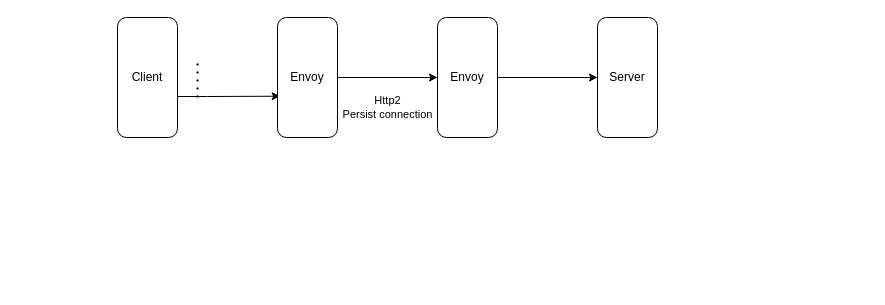
Before: istio_dataflow/connection.drawio in xu1zhou/Documents, a draw.io diagram. Source tidied: cells renumbered, new cells numbered last; positions are measured from the earlier drawing's top-left corner, leaving out a move shared by most shapes. Both pictures are drawn from the tidied source at 100%, with x=0, y=0 at pixel (117, 17).
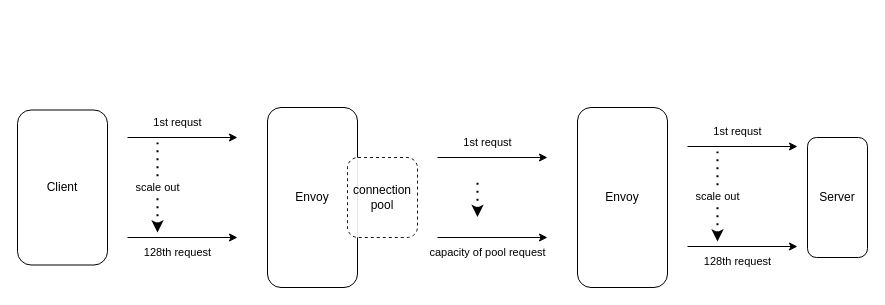
The same diagram, later.

Diff of the diagram source:
```diff
@@
-    <mxCell id="2" style="edgeStyle=orthogonalEdgeStyle;rounded=0;jettySize=auto;html=1;entryX=0.044;entryY=0.656;entryDx=0;entryDy=0;entryPerimeter=0;" parent="1" edge="1" source="3" target="5">
-      <mxGeometry relative="1" as="geometry">
-        <Array as="points">
-          <mxPoint x="90" y="79" />
-          <mxPoint x="90" y="79" />
-        </Array>
-      </mxGeometry>
-    </mxCell>
     <mxCell id="3" value="Client" style="rounded=1;whiteSpace=wrap;html=1;" parent="1" vertex="1">
-      <mxGeometry width="60" height="120" as="geometry" />
+      <mxGeometry x="-100" y="92.5" width="90" height="155" as="geometry" />
     </mxCell>
-    <mxCell id="4" value="Http2&lt;br&gt;Persist connection" style="edgeStyle=orthogonalEdgeStyle;rounded=0;jettySize=auto;html=1;entryX=0;entryY=0.5;entryDx=0;entryDy=0;" parent="1" edge="1" source="5" target="7">
-      <mxGeometry y="-30" relative="1" as="geometry" />
-    </mxCell>
     <mxCell id="5" value="Envoy" style="rounded=1;whiteSpace=wrap;html=1;" parent="1" vertex="1">
-      <mxGeometry x="160" width="60" height="120" as="geometry" />
+      <mxGeometry x="150" y="90" width="90" height="180" as="geometry" />
     </mxCell>
-    <mxCell id="6" style="edgeStyle=orthogonalEdgeStyle;rounded=0;jettySize=auto;html=1;entryX=0;entryY=0.5;entryDx=0;entryDy=0;" parent="1" edge="1" source="7" target="8">
-      <mxGeometry relative="1" as="geometry" />
-    </mxCell>
-    <mxCell id="7" value="Envoy" style="rounded=1;whiteSpace=wrap;html=1;" parent="1" vertex="1">
-      <mxGeometry x="320" width="60" height="120" as="geometry" />
-    </mxCell>
     <mxCell id="8" value="Server" style="rounded=1;whiteSpace=wrap;html=1;" parent="1" vertex="1">
-      <mxGeometry x="480" width="60" height="120" as="geometry" />
+      <mxGeometry x="690" y="120" width="60" height="120" as="geometry" />
     </mxCell>
-    <mxCell id="9" style="endArrow=none;dashed=1;html=1;dashPattern=1 3;strokeWidth=2;" parent="1" edge="1">
+    <mxCell id="9" value="scale out" style="endArrow=none;dashed=1;html=1;dashPattern=1 3;strokeWidth=2;endFill=0;startArrow=classic;startFill=1;" parent="1" edge="1">
       <mxGeometry relative="1" as="geometry">
-        <mxPoint x="80" y="80" as="sourcePoint" />
-        <mxPoint x="80" y="40" as="targetPoint" />
+        <mxPoint x="40" y="215" as="sourcePoint" />
+        <mxPoint x="40" y="125" as="targetPoint" />
       </mxGeometry>
     </mxCell>
+    <mxCell id="10" value="128th request" style="endArrow=classic;html=1;" parent="1" edge="1">
+      <mxGeometry x="-0.09" y="-15" relative="1" as="geometry">
+        <mxPoint x="10" y="220" as="sourcePoint" />
+        <mxPoint x="120" y="220" as="targetPoint" />
+      </mxGeometry>
+    </mxCell>
+    <mxCell id="11" value="1st requst" style="endArrow=classic;html=1;" parent="1" edge="1">
+      <mxGeometry x="-0.09" y="15" relative="1" as="geometry">
+        <mxPoint x="10" y="120" as="sourcePoint" />
+        <mxPoint x="120" y="120" as="targetPoint" />
+      </mxGeometry>
+    </mxCell>
+    <mxCell id="12" value="connection&lt;br&gt;pool" style="rounded=1;whiteSpace=wrap;html=1;dashed=1;opacity=90;" parent="1" vertex="1">
+      <mxGeometry x="230" y="140" width="70" height="80" as="geometry" />
+    </mxCell>
+    <mxCell id="13" style="endArrow=none;dashed=1;html=1;dashPattern=1 3;strokeWidth=2;startArrow=classic;startFill=1;" parent="1" edge="1">
+      <mxGeometry relative="1" as="geometry">
+        <mxPoint x="360" y="199.5" as="sourcePoint" />
+        <mxPoint x="360" y="159.5" as="targetPoint" />
+      </mxGeometry>
+    </mxCell>
+    <mxCell id="14" value="capacity of pool request" style="endArrow=classic;html=1;" parent="1" edge="1">
+      <mxGeometry x="-0.09" y="-15" relative="1" as="geometry">
+        <mxPoint x="320" y="220" as="sourcePoint" />
+        <mxPoint x="430" y="220" as="targetPoint" />
+      </mxGeometry>
+    </mxCell>
+    <mxCell id="15" value="1st requst" style="endArrow=classic;html=1;" parent="1" edge="1">
+      <mxGeometry x="-0.09" y="15" relative="1" as="geometry">
+        <mxPoint x="320" y="140" as="sourcePoint" />
+        <mxPoint x="430" y="140" as="targetPoint" />
+      </mxGeometry>
+    </mxCell>
+    <mxCell id="7" value="Envoy" style="rounded=1;whiteSpace=wrap;html=1;" parent="1" vertex="1">
+      <mxGeometry x="460" y="90" width="90" height="180" as="geometry" />
+    </mxCell>
+    <mxCell id="16" value="scale out" style="endArrow=none;dashed=1;html=1;dashPattern=1 3;strokeWidth=2;endFill=0;startArrow=classic;startFill=1;" parent="1" edge="1">
+      <mxGeometry relative="1" as="geometry">
+        <mxPoint x="600" y="224" as="sourcePoint" />
+        <mxPoint x="600" y="134" as="targetPoint" />
+      </mxGeometry>
+    </mxCell>
+    <mxCell id="17" value="128th request" style="endArrow=classic;html=1;" parent="1" edge="1">
+      <mxGeometry x="-0.09" y="-15" relative="1" as="geometry">
+        <mxPoint x="570" y="229" as="sourcePoint" />
+        <mxPoint x="680" y="229" as="targetPoint" />
+      </mxGeometry>
+    </mxCell>
+    <mxCell id="18" value="1st requst" style="endArrow=classic;html=1;" parent="1" edge="1">
+      <mxGeometry x="-0.09" y="15" relative="1" as="geometry">
+        <mxPoint x="570" y="129" as="sourcePoint" />
+        <mxPoint x="680" y="129" as="targetPoint" />
+      </mxGeometry>
+    </mxCell>
```
